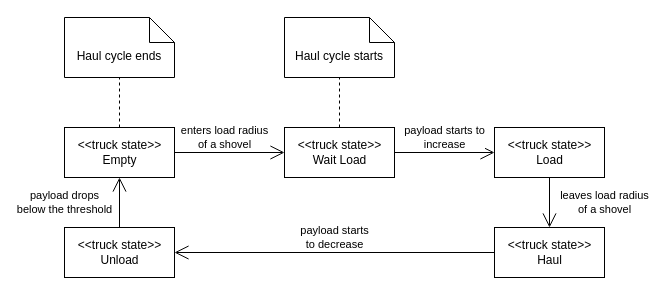
Before: doc/haul-cycles.drawio in vkremianskii/pits, a draw.io diagram. Source tidied: cells renumbered, new cells numbered last; positions are measured from the earlier drawing's top-left corner, leaving out a move shared by most shapes. Both pictures are drawn from the tidied source at 100%, with x=0, y=0 at pixel (64, 17).
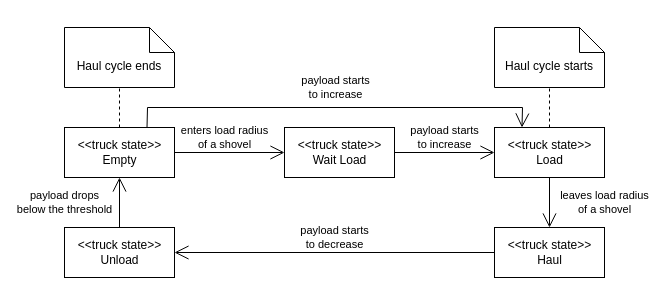
Above is the later version.

Commit message (it also covers changes not shown here):
Implement haul cycles

What changed in the source:
```diff
@@
 <mxGraphModel>
   <root>
     <mxCell id="0" />
     <mxCell id="1" parent="0" />
     <mxCell id="2" value="&amp;lt;&amp;lt;truck state&amp;gt;&amp;gt;&lt;br&gt;Empty" style="html=1;" parent="1" vertex="1">
       <mxGeometry y="110" width="110" height="50" as="geometry" />
     </mxCell>
     <mxCell id="3" value="&amp;lt;&amp;lt;truck state&amp;gt;&amp;gt;&lt;br&gt;Load" style="html=1;" parent="1" vertex="1">
       <mxGeometry x="430" y="110" width="110" height="50" as="geometry" />
     </mxCell>
-    <mxCell id="4" value="payload starts to&lt;br&gt;increase" style="endArrow=open;endFill=1;endSize=12;html=1;rounded=0;exitX=1;exitY=0.5;exitDx=0;exitDy=0;entryX=0;entryY=0.5;entryDx=0;entryDy=0;" parent="1" edge="1" source="10" target="3">
+    <mxCell id="4" value="payload starts&lt;br&gt;to increase" style="endArrow=open;endFill=1;endSize=12;html=1;rounded=0;exitX=1;exitY=0.5;exitDx=0;exitDy=0;entryX=0;entryY=0.5;entryDx=0;entryDy=0;" parent="1" edge="1" source="10" target="3">
       <mxGeometry y="15" relative="1" as="geometry" />
     </mxCell>
     <mxCell id="5" value="&amp;lt;&amp;lt;truck state&amp;gt;&amp;gt;&lt;br&gt;Haul" style="html=1;" parent="1" vertex="1">
       <mxGeometry x="430" y="210" width="110" height="50" as="geometry" />
     </mxCell>
     <mxCell id="6" value="leaves load radius&lt;br&gt;of a shovel" style="endArrow=open;endFill=1;endSize=12;html=1;rounded=0;exitX=0.5;exitY=1;exitDx=0;exitDy=0;entryX=0.5;entryY=0;entryDx=0;entryDy=0;" parent="1" edge="1" source="3" target="5">
       <mxGeometry y="55" relative="1" as="geometry" />
     </mxCell>
     <mxCell id="7" value="&amp;lt;&amp;lt;truck state&amp;gt;&amp;gt;&lt;br&gt;Unload" style="html=1;" parent="1" vertex="1">
       <mxGeometry y="210" width="110" height="50" as="geometry" />
     </mxCell>
     <mxCell id="8" value="payload starts&lt;br&gt;to decrease" style="endArrow=open;endFill=1;endSize=12;html=1;rounded=0;exitX=0;exitY=0.5;exitDx=0;exitDy=0;entryX=1;entryY=0.5;entryDx=0;entryDy=0;" parent="1" edge="1" source="5" target="7">
       <mxGeometry y="-15" relative="1" as="geometry" />
     </mxCell>
     <mxCell id="9" value="payload drops&lt;br&gt;below the threshold" style="endArrow=open;endFill=1;endSize=12;html=1;rounded=0;exitX=0.5;exitY=0;exitDx=0;exitDy=0;entryX=0.5;entryY=1;entryDx=0;entryDy=0;" parent="1" edge="1" source="7" target="2">
       <mxGeometry y="55" relative="1" as="geometry" />
     </mxCell>
     <mxCell id="10" value="&amp;lt;&amp;lt;truck state&amp;gt;&amp;gt;&lt;br&gt;Wait Load" style="html=1;" parent="1" vertex="1">
       <mxGeometry x="220" y="110" width="110" height="50" as="geometry" />
     </mxCell>
     <mxCell id="11" value="enters load radius&lt;br&gt;of a shovel" style="endArrow=open;endFill=1;endSize=12;html=1;rounded=0;exitX=1;exitY=0.5;exitDx=0;exitDy=0;entryX=0;entryY=0.5;entryDx=0;entryDy=0;" parent="1" edge="1" source="2" target="10">
       <mxGeometry x="-0.09" y="15" relative="1" as="geometry" />
     </mxCell>
     <mxCell id="12" value="Haul cycle starts" style="shape=note2;boundedLbl=1;whiteSpace=wrap;html=1;size=25;verticalAlign=top;align=center;" parent="1" vertex="1">
-      <mxGeometry x="220" width="110" height="60" as="geometry" />
+      <mxGeometry x="430" y="10" width="110" height="60" as="geometry" />
     </mxCell>
-    <mxCell id="13" style="endArrow=none;dashed=1;html=1;rounded=0;exitX=0.5;exitY=0;exitDx=0;exitDy=0;entryX=0.5;entryY=1;entryDx=0;entryDy=0;entryPerimeter=0;" parent="1" edge="1" source="10" target="12">
+    <mxCell id="13" style="endArrow=none;dashed=1;html=1;rounded=0;exitX=0.5;exitY=0;exitDx=0;exitDy=0;entryX=0.5;entryY=1;entryDx=0;entryDy=0;entryPerimeter=0;" parent="1" edge="1" source="3" target="12">
       <mxGeometry relative="1" as="geometry" />
     </mxCell>
     <mxCell id="14" value="Haul cycle ends" style="shape=note2;boundedLbl=1;whiteSpace=wrap;html=1;size=25;verticalAlign=top;align=center;" parent="1" vertex="1">
-      <mxGeometry width="110" height="60" as="geometry" />
+      <mxGeometry y="10" width="110" height="60" as="geometry" />
     </mxCell>
     <mxCell id="15" style="endArrow=none;dashed=1;html=1;rounded=0;exitX=0.5;exitY=0;exitDx=0;exitDy=0;entryX=0.5;entryY=1;entryDx=0;entryDy=0;entryPerimeter=0;" parent="1" edge="1" source="2" target="14">
       <mxGeometry relative="1" as="geometry" />
     </mxCell>
+    <mxCell id="16" value="payload starts&lt;br&gt;to increase" style="endArrow=open;endFill=1;endSize=12;html=1;rounded=0;exitX=0.75;exitY=0;exitDx=0;exitDy=0;entryX=0.25;entryY=0;entryDx=0;entryDy=0;" parent="1" edge="1" source="2" target="3">
+      <mxGeometry y="20" relative="1" as="geometry">
+        <Array as="points">
+          <mxPoint x="83" y="90" />
+          <mxPoint x="458" y="90" />
+        </Array>
+      </mxGeometry>
+    </mxCell>
   </root>
 </mxGraphModel>
```
